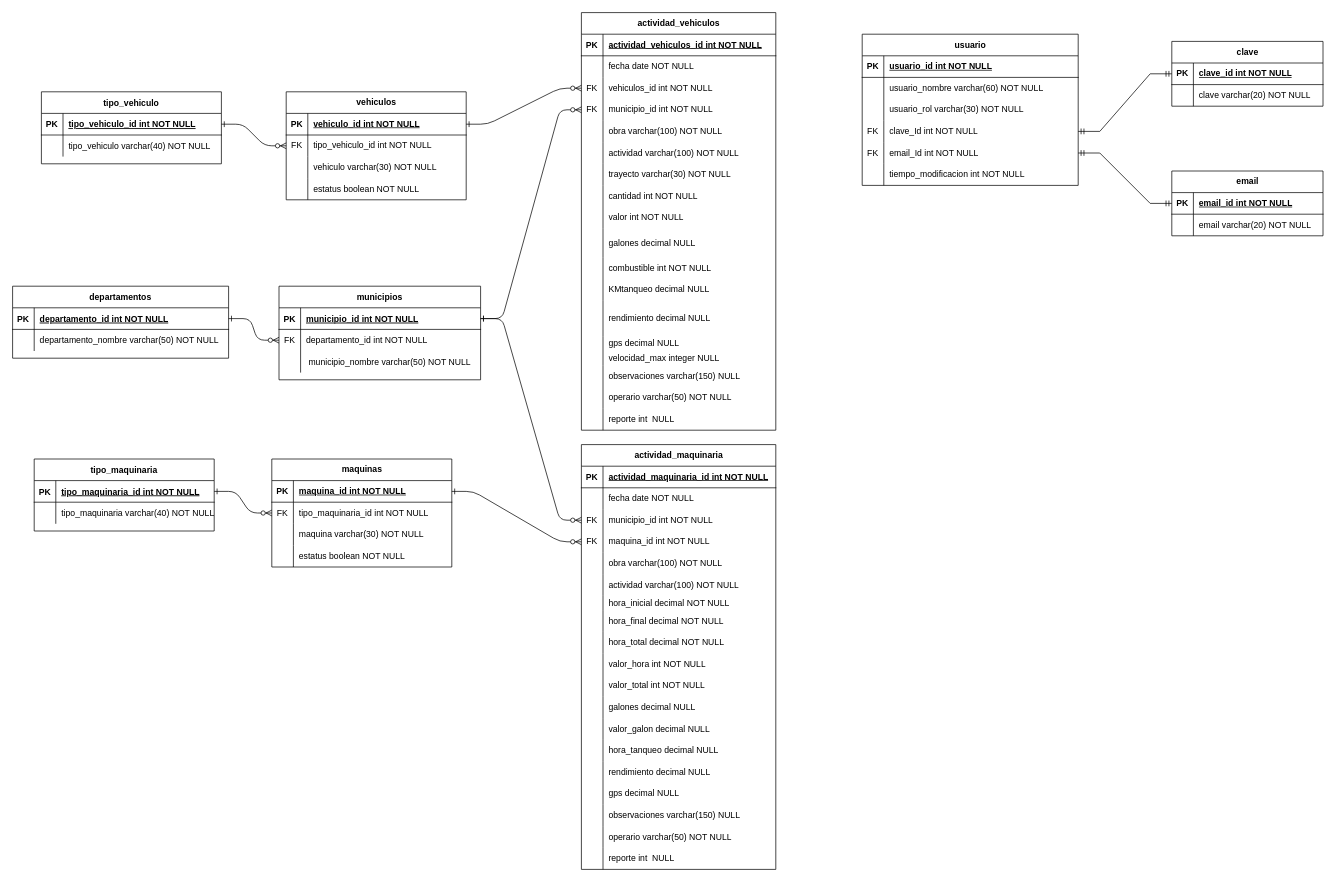
Earlier version of the draw.io diagram MER/gestionMaquinaria&Vehiculos.drawio (MasacradorM/Gestion-de-Maquinaria-y-Vehiculos). Source tidied: cells renumbered, new cells numbered last; positions are measured from the earlier drawing's top-left corner, leaving out a move shared by most shapes. Both pictures are drawn from the tidied source at 72%, with x=0, y=0 at pixel (12, 12).
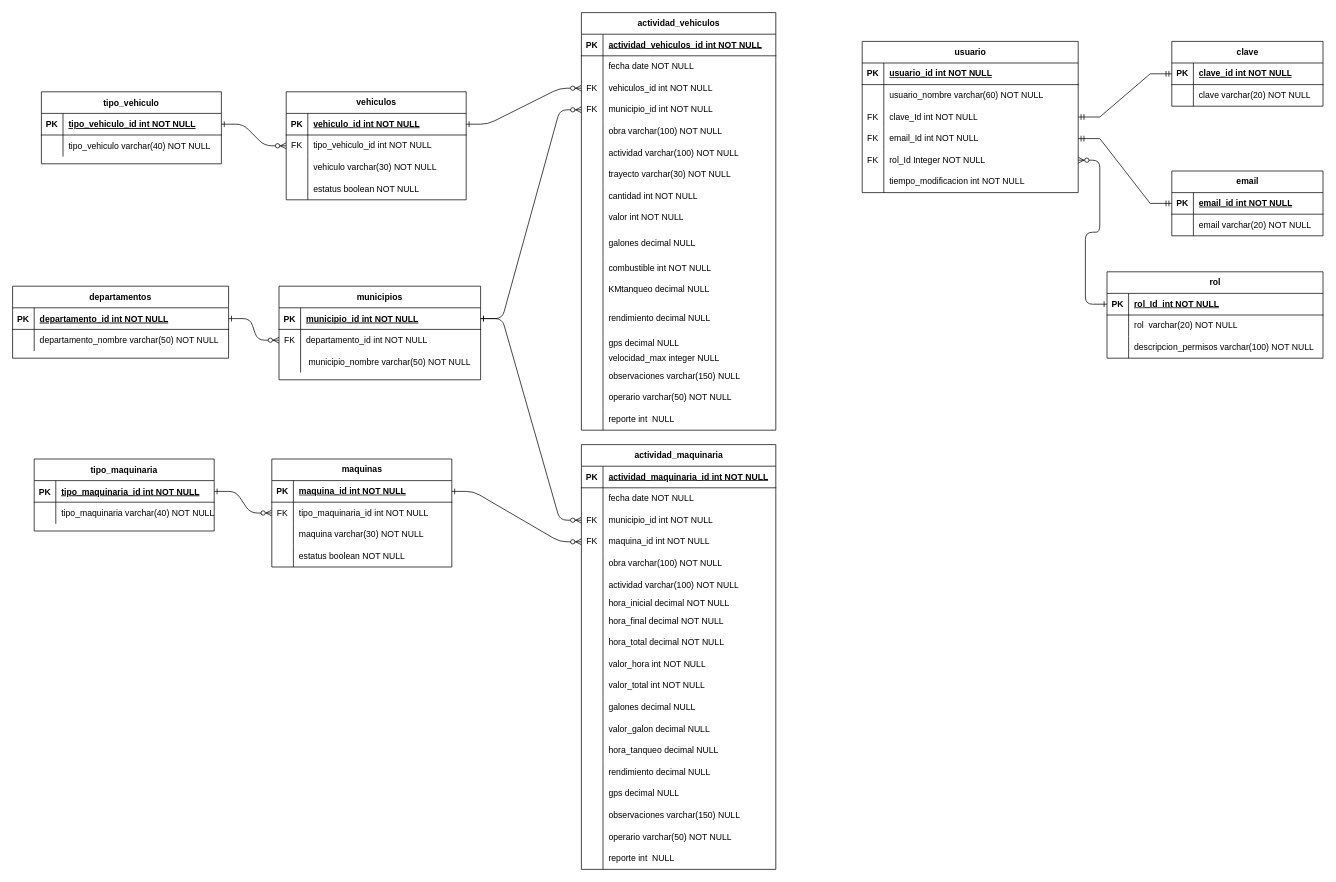
After the change.

Unchanged cells that the change refers to:
```xml
<mxCell id="108" style="shape=tableRow;horizontal=0;startSize=0;swimlaneHead=0;swimlaneBody=0;fillColor=none;points=[[0,0.5],[1,0.5]];portConstraint=eastwest;top=0;left=0;right=0;bottom=0;" parent="101" vertex="1">
  <mxGeometry y="90" width="270" height="30" as="geometry" />
</mxCell>
<mxCell id="165" style="shape=tableRow;horizontal=0;startSize=0;swimlaneHead=0;swimlaneBody=0;fillColor=none;points=[[0,0.5],[1,0.5]];portConstraint=eastwest;top=0;left=0;right=0;bottom=1;" parent="164" vertex="1">
  <mxGeometry y="30" width="250" height="30" as="geometry" />
</mxCell>
```

Diff of the diagram source:
```diff
@@
-    <mxCell id="178" style="edgeStyle=entityRelationEdgeStyle;endArrow=ERzeroToMany;startArrow=ERone;endFill=1;startFill=0;" parent="1" edge="1" source="165" target="108">
-      <mxGeometry relative="1" as="geometry" />
-    </mxCell>
     <mxCell id="179" value="usuario" style="shape=table;startSize=30;childLayout=tableLayout;rowLines=0;fontStyle=1;align=center;html=1;" parent="1" vertex="1">
-      <mxGeometry x="1180" y="30" width="300" height="210" as="geometry" />
+      <mxGeometry x="1180" y="40" width="300" height="210" as="geometry" />
     </mxCell>
@@
-    <mxCell id="186" style="shape=tableRow;horizontal=0;startSize=0;swimlaneHead=0;swimlaneBody=0;fillColor=none;points=[[0,0.5],[1,0.5]];portConstraint=eastwest;top=0;left=0;right=0;bottom=0;" parent="179" vertex="1">
-      <mxGeometry y="90" width="300" height="30" as="geometry" />
-    </mxCell>
-    <mxCell id="187" style="shape=partialRectangle;fillColor=none;top=0;left=0;bottom=0;right=0;overflow=hidden;whiteSpace=wrap;html=1;" parent="186" vertex="1">
-      <mxGeometry width="30" height="30" as="geometry" />
-    </mxCell>
-    <mxCell id="188" value="usuario_rol varchar(30) NOT NULL&lt;span style=&quot;white-space: pre;&quot;&gt;&#9;&lt;/span&gt;" style="shape=partialRectangle;fillColor=none;top=0;left=0;bottom=0;right=0;align=left;spacingLeft=6;overflow=hidden;whiteSpace=wrap;html=1;" parent="186" vertex="1">
-      <mxGeometry x="30" width="270" height="30" as="geometry" />
-    </mxCell>
     <mxCell id="189" style="shape=tableRow;horizontal=0;startSize=0;swimlaneHead=0;swimlaneBody=0;fillColor=none;points=[[0,0.5],[1,0.5]];portConstraint=eastwest;top=0;left=0;right=0;bottom=0;" parent="179" vertex="1">
-      <mxGeometry y="120" width="300" height="30" as="geometry" />
+      <mxGeometry y="90" width="300" height="30" as="geometry" />
     </mxCell>
@@
     <mxCell id="192" style="shape=tableRow;horizontal=0;startSize=0;swimlaneHead=0;swimlaneBody=0;fillColor=none;points=[[0,0.5],[1,0.5]];portConstraint=eastwest;top=0;left=0;right=0;bottom=0;" parent="179" vertex="1">
-      <mxGeometry y="150" width="300" height="30" as="geometry" />
+      <mxGeometry y="120" width="300" height="30" as="geometry" />
     </mxCell>
@@
+    <mxCell id="186" style="shape=tableRow;horizontal=0;startSize=0;swimlaneHead=0;swimlaneBody=0;fillColor=none;points=[[0,0.5],[1,0.5]];portConstraint=eastwest;top=0;left=0;right=0;bottom=0;" parent="179" vertex="1">
+      <mxGeometry y="150" width="300" height="30" as="geometry" />
+    </mxCell>
+    <mxCell id="187" value="FK" style="shape=partialRectangle;fillColor=none;top=0;left=0;bottom=0;right=0;overflow=hidden;whiteSpace=wrap;html=1;" parent="186" vertex="1">
+      <mxGeometry width="30" height="30" as="geometry" />
+    </mxCell>
+    <mxCell id="188" value="rol_Id Integer NOT NULL&lt;span style=&quot;white-space: pre;&quot;&gt;&#9;&lt;/span&gt;" style="shape=partialRectangle;fillColor=none;top=0;left=0;bottom=0;right=0;align=left;spacingLeft=6;overflow=hidden;whiteSpace=wrap;html=1;" parent="186" vertex="1">
+      <mxGeometry x="30" width="270" height="30" as="geometry" />
+    </mxCell>
@@
+    <mxCell id="214" value="rol" style="shape=table;startSize=30;childLayout=tableLayout;rowLines=0;fontStyle=1;align=center;html=1;" parent="1" vertex="1">
+      <mxGeometry x="1520" y="360" width="300" height="120" as="geometry" />
+    </mxCell>
+    <mxCell id="215" style="shape=tableRow;horizontal=0;startSize=0;swimlaneHead=0;swimlaneBody=0;fillColor=none;points=[[0,0.5],[1,0.5]];portConstraint=eastwest;top=0;left=0;right=0;bottom=1;" parent="214" vertex="1">
+      <mxGeometry y="30" width="300" height="30" as="geometry" />
+    </mxCell>
+    <mxCell id="216" value="PK" style="shape=partialRectangle;fillColor=none;top=0;left=0;bottom=0;right=0;fontStyle=1;overflow=hidden;whiteSpace=wrap;html=1;" parent="215" vertex="1">
+      <mxGeometry width="30" height="30" as="geometry" />
+    </mxCell>
+    <mxCell id="217" value="rol_Id&amp;nbsp; int NOT NULL" style="shape=partialRectangle;fillColor=none;top=0;left=0;bottom=0;right=0;align=left;spacingLeft=6;fontStyle=5;overflow=hidden;whiteSpace=wrap;html=1;" parent="215" vertex="1">
+      <mxGeometry x="30" width="270" height="30" as="geometry" />
+    </mxCell>
+    <mxCell id="218" style="shape=tableRow;horizontal=0;startSize=0;swimlaneHead=0;swimlaneBody=0;fillColor=none;top=0;left=0;right=0;bottom=0;" parent="214" vertex="1">
+      <mxGeometry y="60" width="300" height="30" as="geometry" />
+    </mxCell>
+    <mxCell id="219" style="shape=partialRectangle;fillColor=none;top=0;left=0;bottom=0;right=0;overflow=hidden;whiteSpace=wrap;html=1;" parent="218" vertex="1">
+      <mxGeometry width="30" height="30" as="geometry" />
+    </mxCell>
+    <mxCell id="220" value="rol&amp;nbsp; varchar(20) NOT NULL" style="shape=partialRectangle;fillColor=none;top=0;left=0;bottom=0;right=0;align=left;spacingLeft=6;overflow=hidden;whiteSpace=wrap;html=1;" parent="218" vertex="1">
+      <mxGeometry x="30" width="270" height="30" as="geometry" />
+    </mxCell>
+    <mxCell id="221" style="shape=tableRow;horizontal=0;startSize=0;swimlaneHead=0;swimlaneBody=0;fillColor=none;top=0;left=0;right=0;bottom=0;" parent="214" vertex="1">
+      <mxGeometry y="90" width="300" height="30" as="geometry" />
+    </mxCell>
+    <mxCell id="222" style="shape=partialRectangle;fillColor=none;top=0;left=0;bottom=0;right=0;overflow=hidden;whiteSpace=wrap;html=1;" parent="221" vertex="1">
+      <mxGeometry width="30" height="30" as="geometry" />
+    </mxCell>
+    <mxCell id="223" value="descripcion_permisos varchar(100) NOT NULL" style="shape=partialRectangle;fillColor=none;top=0;left=0;bottom=0;right=0;align=left;spacingLeft=6;overflow=hidden;whiteSpace=wrap;html=1;" parent="221" vertex="1">
+      <mxGeometry x="30" width="270" height="30" as="geometry" />
+    </mxCell>
+    <mxCell id="178" style="edgeStyle=entityRelationEdgeStyle;endArrow=ERzeroToMany;startArrow=ERone;endFill=1;startFill=0;exitX=1;exitY=0.5;exitDx=0;exitDy=0;entryX=0;entryY=0.5;entryDx=0;entryDy=0;" parent="1" edge="1" source="165" target="108">
+      <mxGeometry relative="1" as="geometry">
+        <Array as="points">
+          <mxPoint x="780" y="240" />
+          <mxPoint x="1000" y="120" />
+          <mxPoint x="750" y="260" />
+        </Array>
+      </mxGeometry>
+    </mxCell>
+    <mxCell id="224" style="edgeStyle=entityRelationEdgeStyle;endArrow=ERzeroToMany;startArrow=ERone;endFill=1;startFill=0;exitX=0;exitY=0.5;exitDx=0;exitDy=0;entryX=1;entryY=0.5;entryDx=0;entryDy=0;" parent="1" edge="1" source="215" target="186">
+      <mxGeometry relative="1" as="geometry">
+        <Array as="points">
+          <mxPoint x="1410" y="465" />
+          <mxPoint x="1630" y="345" />
+          <mxPoint x="1380" y="485" />
+        </Array>
+      </mxGeometry>
+    </mxCell>
```
